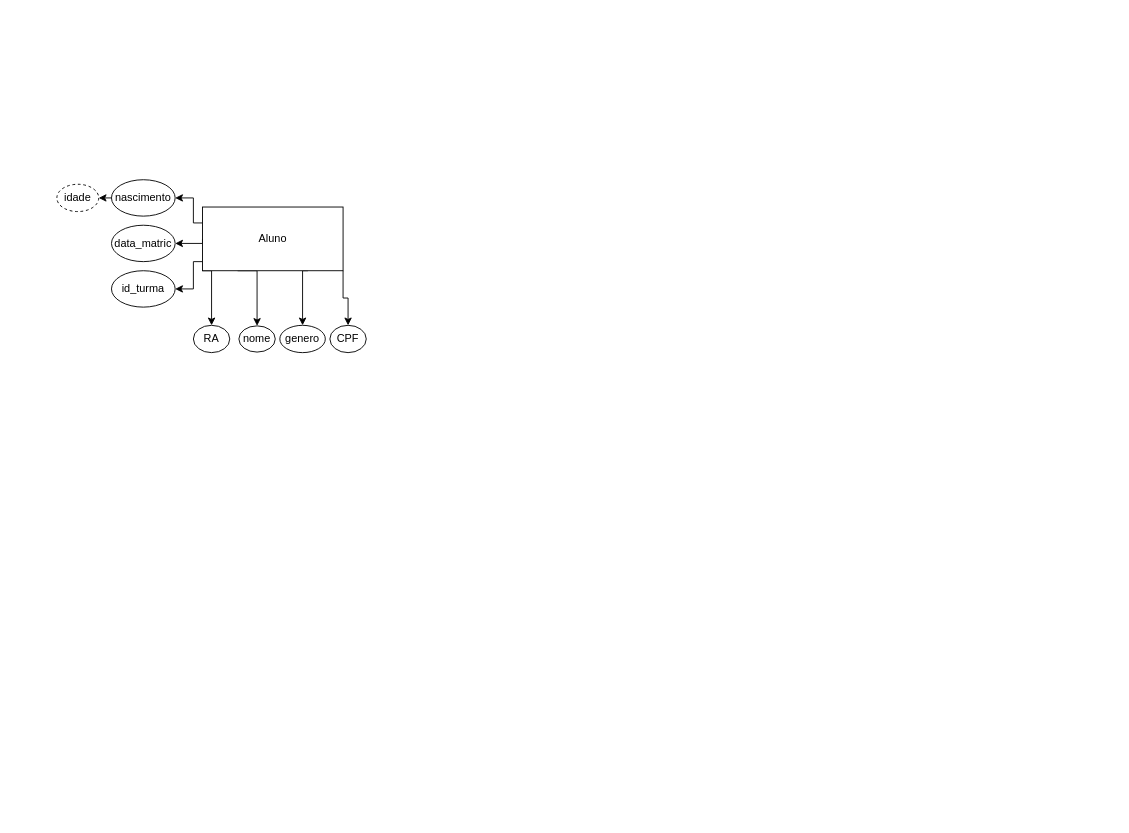
This is Diagrama sem nome.drawio from camila-vieirao/mapeamento-objeto-relacional, a draw.io file, before an edit. Source tidied: cells renumbered, new cells numbered last; positions are measured from the earlier drawing's top-left corner, leaving out a move shared by most shapes. Both pictures are drawn from the tidied source at 91%, with x=0, y=0 at pixel (56, 179).
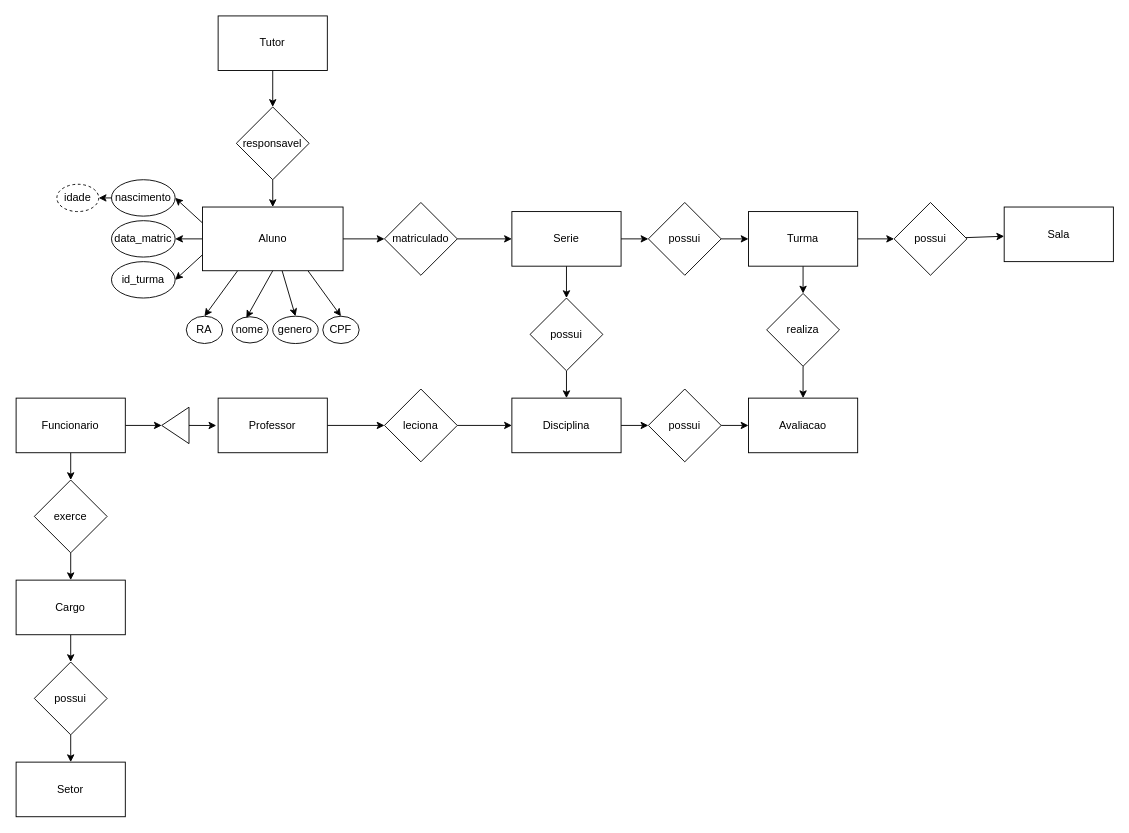
The same diagram, later.

Commit message:
feat: novas entidades

The change refers to these unchanged cells:
```xml
<mxCell id="9" value="Aluno" style="rounded=0;whiteSpace=wrap;html=1;" parent="1" vertex="1">
  <mxGeometry x="160" y="30" width="154.5" height="70" as="geometry" />
</mxCell>
<mxCell id="12" value="nascimento" style="ellipse;whiteSpace=wrap;html=1;" parent="1" vertex="1">
  <mxGeometry x="60" width="70" height="40" as="geometry" />
</mxCell>
```

The edit, as a diff of the source:
```diff
@@
-    <mxCell id="2" style="edgeStyle=orthogonalEdgeStyle;rounded=0;jettySize=auto;html=1;exitX=0.25;exitY=1;exitDx=0;exitDy=0;entryX=0.5;entryY=0;entryDx=0;entryDy=0;" parent="1" edge="1" source="9" target="10">
-      <mxGeometry relative="1" as="geometry">
-        <Array as="points">
-          <mxPoint x="220" y="100" />
-        </Array>
-      </mxGeometry>
-    </mxCell>
+    <mxCell id="4" style="edgeStyle=none;rounded=0;jettySize=auto;html=1;entryX=0.5;entryY=0;entryDx=0;entryDy=0;" parent="1" edge="1" source="9" target="13">
+      <mxGeometry relative="1" as="geometry" />
+    </mxCell>
-    <mxCell id="3" style="edgeStyle=orthogonalEdgeStyle;rounded=0;jettySize=auto;html=1;exitX=0;exitY=1;exitDx=0;exitDy=0;entryX=0.5;entryY=0;entryDx=0;entryDy=0;" parent="1" edge="1" source="9" target="16">
-      <mxGeometry relative="1" as="geometry">
-        <Array as="points">
-          <mxPoint x="170" y="100" />
-        </Array>
-      </mxGeometry>
+    <mxCell id="3" style="edgeStyle=none;rounded=0;jettySize=auto;html=1;exitX=0.25;exitY=1;exitDx=0;exitDy=0;entryX=0.5;entryY=0;entryDx=0;entryDy=0;" parent="1" edge="1" source="9" target="16">
+      <mxGeometry relative="1" as="geometry" />
     </mxCell>
-    <mxCell id="4" style="edgeStyle=orthogonalEdgeStyle;rounded=0;jettySize=auto;html=1;exitX=0.75;exitY=1;exitDx=0;exitDy=0;" parent="1" edge="1" source="9" target="13">
-      <mxGeometry relative="1" as="geometry">
-        <Array as="points">
-          <mxPoint x="270" y="100" />
-        </Array>
-      </mxGeometry>
-    </mxCell>
-    <mxCell id="5" style="edgeStyle=orthogonalEdgeStyle;rounded=0;jettySize=auto;html=1;exitX=1;exitY=1;exitDx=0;exitDy=0;entryX=0.5;entryY=0;entryDx=0;entryDy=0;" parent="1" edge="1" source="9" target="15">
+    <mxCell id="5" style="edgeStyle=none;rounded=0;jettySize=auto;html=1;exitX=0.75;exitY=1;exitDx=0;exitDy=0;entryX=0.5;entryY=0;entryDx=0;entryDy=0;" parent="1" edge="1" source="9" target="15">
       <mxGeometry relative="1" as="geometry" />
     </mxCell>
-    <mxCell id="6" style="edgeStyle=orthogonalEdgeStyle;rounded=0;jettySize=auto;html=1;" parent="1" edge="1" source="9" target="17">
-      <mxGeometry relative="1" as="geometry">
-        <Array as="points">
-          <mxPoint x="150" y="90" />
-          <mxPoint x="150" y="120" />
-        </Array>
-      </mxGeometry>
+    <mxCell id="6" style="edgeStyle=none;rounded=0;jettySize=auto;html=1;exitX=0;exitY=0.75;exitDx=0;exitDy=0;entryX=1;entryY=0.5;entryDx=0;entryDy=0;" parent="1" edge="1" source="9" target="17">
+      <mxGeometry relative="1" as="geometry" />
     </mxCell>
-    <mxCell id="7" style="edgeStyle=orthogonalEdgeStyle;rounded=0;jettySize=auto;html=1;exitX=0;exitY=0.5;exitDx=0;exitDy=0;entryX=1;entryY=0.5;entryDx=0;entryDy=0;" parent="1" edge="1" source="9" target="14">
-      <mxGeometry relative="1" as="geometry">
-        <Array as="points">
-          <mxPoint x="160" y="70" />
-        </Array>
-      </mxGeometry>
+    <mxCell id="7" style="edgeStyle=none;rounded=0;jettySize=auto;html=1;exitX=0;exitY=0.5;exitDx=0;exitDy=0;entryX=1;entryY=0.5;entryDx=0;entryDy=0;" parent="1" edge="1" source="9" target="14">
+      <mxGeometry relative="1" as="geometry" />
     </mxCell>
-    <mxCell id="8" style="edgeStyle=orthogonalEdgeStyle;rounded=0;jettySize=auto;html=1;exitX=0;exitY=0.25;exitDx=0;exitDy=0;entryX=1;entryY=0.5;entryDx=0;entryDy=0;" parent="1" edge="1" source="9" target="12">
-      <mxGeometry relative="1" as="geometry">
-        <Array as="points">
-          <mxPoint x="150" y="48" />
-          <mxPoint x="150" y="20" />
-        </Array>
-      </mxGeometry>
+    <mxCell id="8" style="edgeStyle=none;rounded=0;jettySize=auto;html=1;exitX=0;exitY=0.25;exitDx=0;exitDy=0;entryX=1;entryY=0.5;entryDx=0;entryDy=0;" parent="1" edge="1" source="9" target="12">
+      <mxGeometry relative="1" as="geometry" />
     </mxCell>
+    <mxCell id="19" style="edgeStyle=none;rounded=0;jettySize=auto;html=1;exitX=1;exitY=0.5;exitDx=0;exitDy=0;" parent="1" edge="1" source="9">
+      <mxGeometry relative="1" as="geometry">
+        <mxPoint x="360" y="65" as="targetPoint" />
+      </mxGeometry>
+    </mxCell>
@@
     <mxCell id="10" value="nome" style="ellipse;whiteSpace=wrap;html=1;" parent="1" vertex="1">
-      <mxGeometry x="200" y="160.6" width="40" height="28.8" as="geometry" />
+      <mxGeometry x="192.2" y="150.6" width="40" height="28.8" as="geometry" />
     </mxCell>
@@
     <mxCell id="13" value="genero" style="ellipse;whiteSpace=wrap;html=1;" parent="1" vertex="1">
-      <mxGeometry x="245" y="160" width="50" height="30" as="geometry" />
+      <mxGeometry x="237.2" y="150" width="50" height="30" as="geometry" />
     </mxCell>
     <mxCell id="14" value="data_matric" style="ellipse;whiteSpace=wrap;html=1;" parent="1" vertex="1">
-      <mxGeometry x="60" y="50" width="70" height="40" as="geometry" />
+      <mxGeometry x="60" y="45" width="70" height="40" as="geometry" />
     </mxCell>
     <mxCell id="15" value="CPF" style="ellipse;whiteSpace=wrap;html=1;" parent="1" vertex="1">
-      <mxGeometry x="300" y="160" width="40" height="30" as="geometry" />
+      <mxGeometry x="292.2" y="150" width="40" height="30" as="geometry" />
     </mxCell>
     <mxCell id="16" value="RA" style="ellipse;whiteSpace=wrap;html=1;" parent="1" vertex="1">
-      <mxGeometry x="150" y="160" width="40" height="30" as="geometry" />
+      <mxGeometry x="142.2" y="150" width="40" height="30" as="geometry" />
     </mxCell>
     <mxCell id="17" value="id_turma" style="ellipse;whiteSpace=wrap;html=1;" parent="1" vertex="1">
-      <mxGeometry x="60" y="100" width="70" height="40" as="geometry" />
+      <mxGeometry x="60" y="90" width="70" height="40" as="geometry" />
     </mxCell>
@@
+    <mxCell id="2" style="edgeStyle=none;rounded=0;jettySize=auto;html=1;exitX=0.5;exitY=1;exitDx=0;exitDy=0;entryX=0.401;entryY=0.046;entryDx=0;entryDy=0;entryPerimeter=0;" parent="1" edge="1" source="9" target="10">
+      <mxGeometry relative="1" as="geometry" />
+    </mxCell>
+    <mxCell id="20" style="edgeStyle=none;rounded=0;jettySize=auto;html=1;" parent="1" edge="1" source="21" target="24">
+      <mxGeometry relative="1" as="geometry" />
+    </mxCell>
+    <mxCell id="21" value="matriculado" style="rhombus;whiteSpace=wrap;html=1;" parent="1" vertex="1">
+      <mxGeometry x="360" y="25" width="80" height="80" as="geometry" />
+    </mxCell>
+    <mxCell id="22" style="edgeStyle=none;rounded=0;jettySize=auto;html=1;" parent="1" edge="1" source="24" target="26">
+      <mxGeometry relative="1" as="geometry" />
+    </mxCell>
+    <mxCell id="23" style="edgeStyle=none;rounded=0;jettySize=auto;html=1;" parent="1" edge="1" source="24" target="55">
+      <mxGeometry relative="1" as="geometry" />
+    </mxCell>
+    <mxCell id="24" value="Serie" style="whiteSpace=wrap;html=1;" parent="1" vertex="1">
+      <mxGeometry x="500" y="35" width="120" height="60" as="geometry" />
+    </mxCell>
+    <mxCell id="25" style="edgeStyle=none;rounded=0;jettySize=auto;html=1;" parent="1" edge="1" source="26" target="29">
+      <mxGeometry relative="1" as="geometry" />
+    </mxCell>
+    <mxCell id="26" value="possui" style="rhombus;whiteSpace=wrap;html=1;" parent="1" vertex="1">
+      <mxGeometry x="650" y="25" width="80" height="80" as="geometry" />
+    </mxCell>
+    <mxCell id="27" style="edgeStyle=none;rounded=0;jettySize=auto;html=1;" parent="1" edge="1" source="29" target="31">
+      <mxGeometry relative="1" as="geometry" />
+    </mxCell>
+    <mxCell id="28" style="edgeStyle=none;rounded=0;jettySize=auto;html=1;" parent="1" edge="1" source="29" target="52">
+      <mxGeometry relative="1" as="geometry" />
+    </mxCell>
+    <mxCell id="29" value="Turma" style="whiteSpace=wrap;html=1;" parent="1" vertex="1">
+      <mxGeometry x="760" y="35" width="120" height="60" as="geometry" />
+    </mxCell>
+    <mxCell id="30" style="edgeStyle=none;rounded=0;jettySize=auto;html=1;" parent="1" edge="1" source="31" target="32">
+      <mxGeometry relative="1" as="geometry" />
+    </mxCell>
+    <mxCell id="31" value="possui" style="rhombus;whiteSpace=wrap;html=1;" parent="1" vertex="1">
+      <mxGeometry x="920" y="25" width="80" height="80" as="geometry" />
+    </mxCell>
+    <mxCell id="32" value="Sala" style="whiteSpace=wrap;html=1;" parent="1" vertex="1">
+      <mxGeometry x="1041" y="30" width="120" height="60" as="geometry" />
+    </mxCell>
+    <mxCell id="33" style="edgeStyle=none;rounded=0;jettySize=auto;html=1;" parent="1" edge="1" source="35" target="37">
+      <mxGeometry relative="1" as="geometry" />
+    </mxCell>
+    <mxCell id="34" style="edgeStyle=none;rounded=0;jettySize=auto;html=1;entryX=1;entryY=0.5;entryDx=0;entryDy=0;" parent="1" edge="1" source="35" target="48">
+      <mxGeometry relative="1" as="geometry" />
+    </mxCell>
+    <mxCell id="35" value="Funcionario" style="rounded=0;whiteSpace=wrap;html=1;" parent="1" vertex="1">
+      <mxGeometry x="-44.8" y="240" width="120" height="60" as="geometry" />
+    </mxCell>
+    <mxCell id="36" style="edgeStyle=none;rounded=0;jettySize=auto;html=1;" parent="1" edge="1" source="37" target="39">
+      <mxGeometry relative="1" as="geometry" />
+    </mxCell>
+    <mxCell id="37" value="exerce" style="rhombus;whiteSpace=wrap;html=1;rounded=0;" parent="1" vertex="1">
+      <mxGeometry x="-24.8" y="330" width="80" height="80" as="geometry" />
+    </mxCell>
+    <mxCell id="38" style="edgeStyle=none;rounded=0;jettySize=auto;html=1;" parent="1" edge="1" source="39" target="41">
+      <mxGeometry relative="1" as="geometry" />
+    </mxCell>
+    <mxCell id="39" value="Cargo" style="whiteSpace=wrap;html=1;rounded=0;" parent="1" vertex="1">
+      <mxGeometry x="-44.8" y="440" width="120" height="60" as="geometry" />
+    </mxCell>
+    <mxCell id="40" style="edgeStyle=none;rounded=0;jettySize=auto;html=1;" parent="1" edge="1" source="41" target="42">
+      <mxGeometry relative="1" as="geometry" />
+    </mxCell>
+    <mxCell id="41" value="possui" style="rhombus;whiteSpace=wrap;html=1;rounded=0;" parent="1" vertex="1">
+      <mxGeometry x="-24.8" y="530" width="80" height="80" as="geometry" />
+    </mxCell>
+    <mxCell id="42" value="Setor" style="whiteSpace=wrap;html=1;rounded=0;" parent="1" vertex="1">
+      <mxGeometry x="-44.8" y="640" width="120" height="60" as="geometry" />
+    </mxCell>
+    <mxCell id="43" style="edgeStyle=none;rounded=0;jettySize=auto;html=1;exitX=0.5;exitY=1;exitDx=0;exitDy=0;entryX=0.5;entryY=0;entryDx=0;entryDy=0;" parent="1" edge="1" source="44" target="46">
+      <mxGeometry relative="1" as="geometry" />
+    </mxCell>
+    <mxCell id="44" value="Tutor" style="rounded=0;whiteSpace=wrap;html=1;" parent="1" vertex="1">
+      <mxGeometry x="177.2" y="-180" width="120" height="60" as="geometry" />
+    </mxCell>
+    <mxCell id="45" style="edgeStyle=none;rounded=0;jettySize=auto;html=1;exitX=0.5;exitY=1;exitDx=0;exitDy=0;entryX=0.5;entryY=0;entryDx=0;entryDy=0;" parent="1" edge="1" source="46" target="9">
+      <mxGeometry relative="1" as="geometry" />
+    </mxCell>
+    <mxCell id="46" value="responsavel" style="rhombus;whiteSpace=wrap;html=1;" parent="1" vertex="1">
+      <mxGeometry x="197.2" y="-80" width="80" height="80" as="geometry" />
+    </mxCell>
+    <mxCell id="47" style="edgeStyle=none;rounded=0;jettySize=auto;html=1;exitX=0;exitY=0.5;exitDx=0;exitDy=0;" parent="1" edge="1" source="48">
+      <mxGeometry relative="1" as="geometry">
+        <mxPoint x="175.2" y="270.1" as="targetPoint" />
+      </mxGeometry>
+    </mxCell>
+    <mxCell id="48" style="triangle;whiteSpace=wrap;html=1;rotation=-180;" parent="1" vertex="1">
+      <mxGeometry x="115.2" y="250" width="30" height="40" as="geometry" />
+    </mxCell>
+    <mxCell id="49" style="edgeStyle=none;rounded=0;jettySize=auto;html=1;" parent="1" edge="1" source="50" target="59">
+      <mxGeometry relative="1" as="geometry" />
+    </mxCell>
+    <mxCell id="50" value="Professor" style="rounded=0;whiteSpace=wrap;html=1;" parent="1" vertex="1">
+      <mxGeometry x="177.2" y="240" width="120" height="60" as="geometry" />
+    </mxCell>
+    <mxCell id="51" style="edgeStyle=none;rounded=0;jettySize=auto;html=1;" parent="1" edge="1" source="52" target="53">
+      <mxGeometry relative="1" as="geometry" />
+    </mxCell>
+    <mxCell id="52" value="realiza" style="rhombus;whiteSpace=wrap;html=1;" parent="1" vertex="1">
+      <mxGeometry x="780" y="125" width="80" height="80" as="geometry" />
+    </mxCell>
+    <mxCell id="53" value="Avaliacao" style="whiteSpace=wrap;html=1;" parent="1" vertex="1">
+      <mxGeometry x="760" y="240" width="120" height="60" as="geometry" />
+    </mxCell>
+    <mxCell id="54" style="edgeStyle=none;rounded=0;jettySize=auto;html=1;" parent="1" edge="1" source="55" target="57">
+      <mxGeometry relative="1" as="geometry" />
+    </mxCell>
+    <mxCell id="55" value="possui" style="rhombus;whiteSpace=wrap;html=1;" parent="1" vertex="1">
+      <mxGeometry x="520" y="130" width="80" height="80" as="geometry" />
+    </mxCell>
+    <mxCell id="56" style="edgeStyle=none;rounded=0;jettySize=auto;html=1;" parent="1" edge="1" source="57" target="61">
+      <mxGeometry relative="1" as="geometry" />
+    </mxCell>
+    <mxCell id="57" value="Disciplina" style="whiteSpace=wrap;html=1;" parent="1" vertex="1">
+      <mxGeometry x="500" y="240" width="120" height="60" as="geometry" />
+    </mxCell>
+    <mxCell id="58" style="edgeStyle=none;rounded=0;jettySize=auto;html=1;entryX=0;entryY=0.5;entryDx=0;entryDy=0;" parent="1" edge="1" source="59" target="57">
+      <mxGeometry relative="1" as="geometry" />
+    </mxCell>
+    <mxCell id="59" value="leciona" style="rhombus;whiteSpace=wrap;html=1;rounded=0;" parent="1" vertex="1">
+      <mxGeometry x="360" y="230" width="80" height="80" as="geometry" />
+    </mxCell>
+    <mxCell id="60" style="edgeStyle=none;rounded=0;jettySize=auto;html=1;entryX=0;entryY=0.5;entryDx=0;entryDy=0;" parent="1" edge="1" source="61" target="53">
+      <mxGeometry relative="1" as="geometry" />
+    </mxCell>
+    <mxCell id="61" value="possui" style="rhombus;whiteSpace=wrap;html=1;" parent="1" vertex="1">
+      <mxGeometry x="650" y="230" width="80" height="80" as="geometry" />
+    </mxCell>
```
